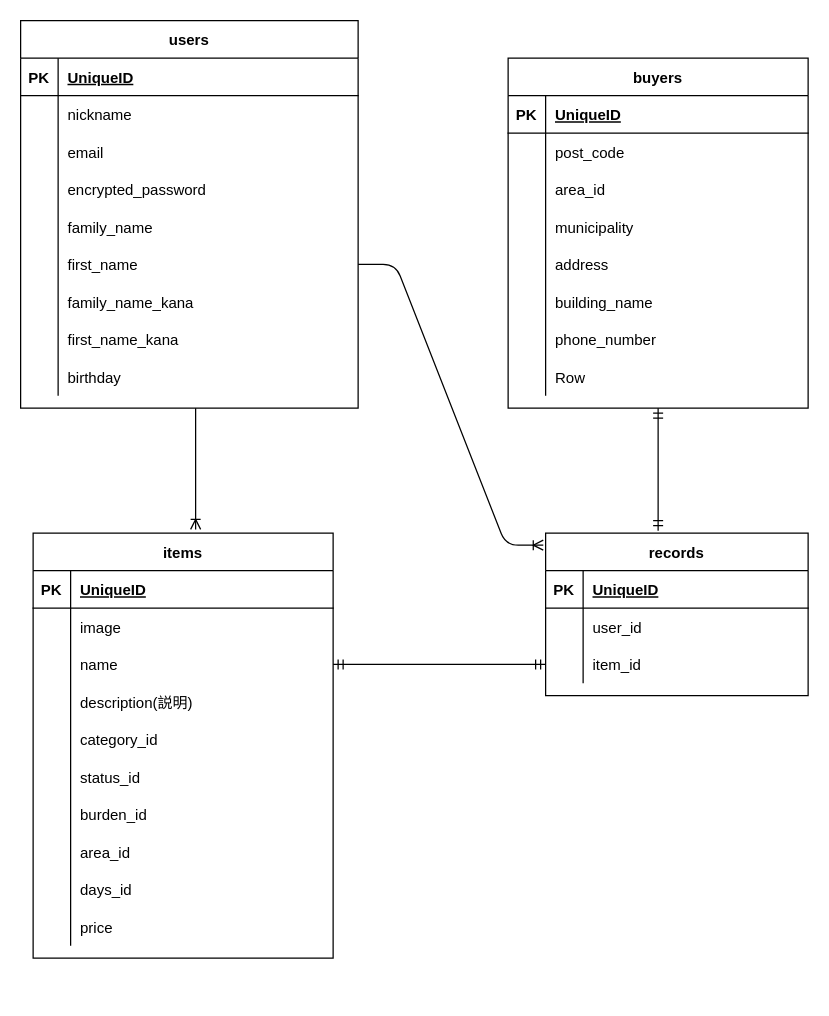
The draw.io diagram test.dio in ueda1212/furima-34522, before the edit. Source tidied: cells renumbered, new cells numbered last; positions are measured from the earlier drawing's top-left corner, leaving out a move shared by most shapes. Both pictures are drawn from the tidied source at 125%, with x=0, y=0 at pixel (20, 20).
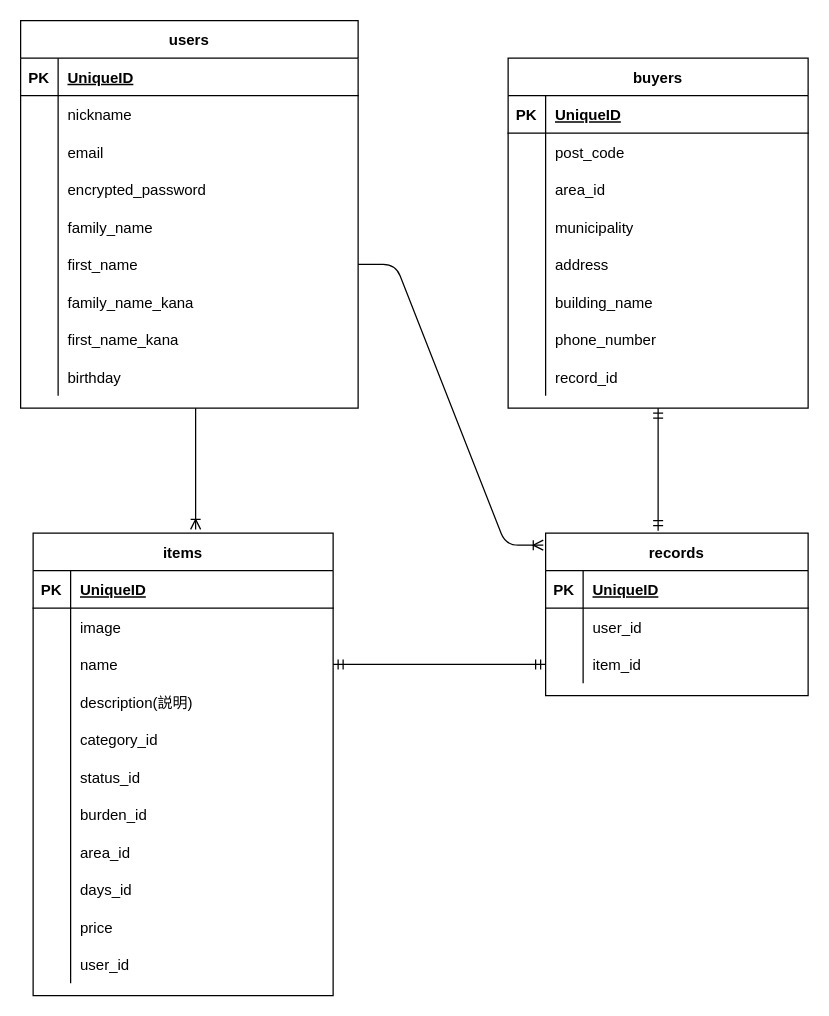
After the change.

Commit message:
テーブル設計訂正５

The change refers to these unchanged cells:
```xml
<mxCell id="84" style="shape=partialRectangle;fillColor=none;top=0;left=0;bottom=0;right=0;" parent="62" vertex="1">
  <mxGeometry y="240" width="240" height="30" as="geometry" />
</mxCell>
```

What changed in the source:
```diff
@@
     <mxCell id="2" value="items" style="shape=table;startSize=30;childLayout=tableLayout;rowLines=0;fontStyle=1;align=center;" parent="1" vertex="1">
-      <mxGeometry x="10" y="410" width="240" height="340" as="geometry" />
+      <mxGeometry x="10" y="410" width="240" height="370" as="geometry" />
     </mxCell>
@@
+    <mxCell id="100" style="shape=partialRectangle;fillColor=none;top=0;left=0;bottom=0;right=0;" parent="2" vertex="1">
+      <mxGeometry y="330" width="240" height="30" as="geometry" />
+    </mxCell>
+    <mxCell id="101" style="shape=partialRectangle;fillColor=none;top=0;left=0;bottom=0;right=0;overflow=hidden;" parent="100" vertex="1">
+      <mxGeometry width="30" height="30" as="geometry" />
+    </mxCell>
+    <mxCell id="102" value="user_id" style="shape=partialRectangle;fillColor=none;top=0;left=0;bottom=0;right=0;align=left;spacingLeft=6;overflow=hidden;" parent="100" vertex="1">
+      <mxGeometry x="30" width="210" height="30" as="geometry" />
+    </mxCell>
@@
-    <mxCell id="86" value="Row" style="shape=partialRectangle;fillColor=none;top=0;left=0;bottom=0;right=0;align=left;spacingLeft=6;overflow=hidden;" parent="84" vertex="1">
+    <mxCell id="86" value="record_id" style="shape=partialRectangle;fillColor=none;top=0;left=0;bottom=0;right=0;align=left;spacingLeft=6;overflow=hidden;" parent="84" vertex="1">
       <mxGeometry x="30" width="210" height="30" as="geometry" />
     </mxCell>
```
